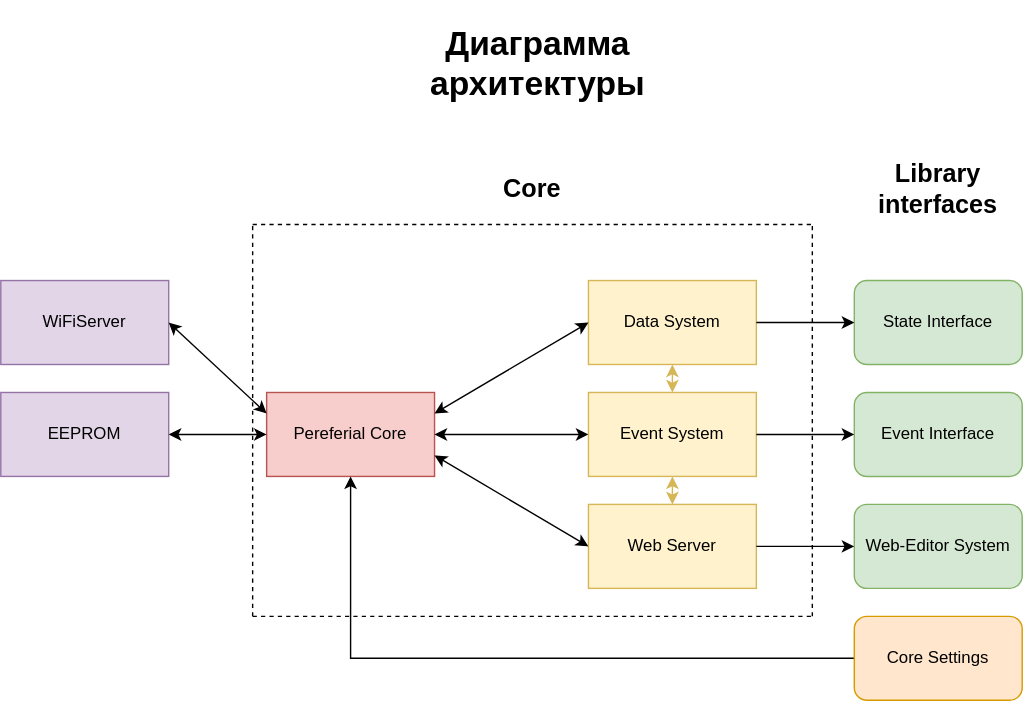
Above: docs/MainArchitecture.drawio.svg in Lisoveliy/SVET (draw.io), before the change. Source tidied: cells renumbered, new cells last; positions are measured from the earlier drawing's top-left corner, leaving out a move shared by most shapes. Its diagram source:
```xml
<mxGraphModel>
  <root>
    <mxCell id="0" />
    <mxCell id="1" parent="0" />
    <mxCell id="2" value="&lt;h1&gt;&lt;b&gt;Диаграмма архитектуры&lt;/b&gt;&lt;/h1&gt;" style="text;html=1;align=center;verticalAlign=middle;whiteSpace=wrap;rounded=0;" parent="1" vertex="1">
      <mxGeometry x="354" width="60" height="30" as="geometry" />
    </mxCell>
    <mxCell id="3" value="Pereferial Core" style="rounded=0;whiteSpace=wrap;html=1;fillColor=#f8cecc;strokeColor=#b85450;" parent="1" vertex="1">
      <mxGeometry x="190" y="250" width="120" height="60" as="geometry" />
    </mxCell>
    <mxCell id="4" value="Data System" style="rounded=0;whiteSpace=wrap;html=1;fillColor=#fff2cc;strokeColor=#d6b656;" parent="1" vertex="1">
      <mxGeometry x="420" y="170" width="120" height="60" as="geometry" />
    </mxCell>
    <mxCell id="5" value="Event System" style="rounded=0;whiteSpace=wrap;html=1;fillColor=#fff2cc;strokeColor=#d6b656;" parent="1" vertex="1">
      <mxGeometry x="420" y="250" width="120" height="60" as="geometry" />
    </mxCell>
    <mxCell id="6" value="Web Server" style="rounded=0;whiteSpace=wrap;html=1;fillColor=#fff2cc;strokeColor=#d6b656;" parent="1" vertex="1">
      <mxGeometry x="420" y="330" width="120" height="60" as="geometry" />
    </mxCell>
    <mxCell id="7" style="endArrow=classic;startArrow=classic;html=1;rounded=0;entryX=0;entryY=0.5;entryDx=0;entryDy=0;exitX=1;exitY=0.25;exitDx=0;exitDy=0;" parent="1" edge="1" source="3" target="4">
      <mxGeometry relative="1" as="geometry" />
    </mxCell>
    <mxCell id="8" style="endArrow=classic;startArrow=classic;html=1;rounded=0;entryX=0;entryY=0.5;entryDx=0;entryDy=0;exitX=1;exitY=0.5;exitDx=0;exitDy=0;" parent="1" edge="1" source="3" target="5">
      <mxGeometry relative="1" as="geometry" />
    </mxCell>
    <mxCell id="9" style="endArrow=classic;startArrow=classic;html=1;rounded=0;entryX=0;entryY=0.5;entryDx=0;entryDy=0;exitX=1;exitY=0.75;exitDx=0;exitDy=0;" parent="1" edge="1" source="3" target="6">
      <mxGeometry relative="1" as="geometry" />
    </mxCell>
    <mxCell id="10" style="endArrow=none;dashed=1;html=1;rounded=0;" parent="1" edge="1">
      <mxGeometry relative="1" as="geometry">
        <mxPoint x="180" y="130" as="sourcePoint" />
        <mxPoint x="580" y="130" as="targetPoint" />
      </mxGeometry>
    </mxCell>
    <mxCell id="11" style="endArrow=none;dashed=1;html=1;rounded=0;" parent="1" edge="1">
      <mxGeometry relative="1" as="geometry">
        <mxPoint x="580" y="410" as="sourcePoint" />
        <mxPoint x="580" y="130" as="targetPoint" />
      </mxGeometry>
    </mxCell>
    <mxCell id="12" style="endArrow=none;dashed=1;html=1;rounded=0;" parent="1" edge="1">
      <mxGeometry relative="1" as="geometry">
        <mxPoint x="180" y="410" as="sourcePoint" />
        <mxPoint x="180" y="130" as="targetPoint" />
      </mxGeometry>
    </mxCell>
    <mxCell id="13" style="endArrow=none;dashed=1;html=1;rounded=0;" parent="1" edge="1">
      <mxGeometry relative="1" as="geometry">
        <mxPoint x="180" y="410" as="sourcePoint" />
        <mxPoint x="580" y="410" as="targetPoint" />
      </mxGeometry>
    </mxCell>
    <mxCell id="14" style="endArrow=classic;startArrow=classic;html=1;rounded=0;entryX=0.5;entryY=1;entryDx=0;entryDy=0;exitX=0.5;exitY=0;exitDx=0;exitDy=0;fillColor=#fff2cc;strokeColor=#d6b656;" parent="1" edge="1" source="5" target="4">
      <mxGeometry relative="1" as="geometry" />
    </mxCell>
    <mxCell id="15" style="endArrow=classic;startArrow=classic;html=1;rounded=0;entryX=0.5;entryY=0;entryDx=0;entryDy=0;exitX=0.5;exitY=1;exitDx=0;exitDy=0;fillColor=#fff2cc;strokeColor=#d6b656;" parent="1" edge="1" source="5" target="6">
      <mxGeometry relative="1" as="geometry" />
    </mxCell>
    <mxCell id="16" value="State Interface" style="rounded=1;whiteSpace=wrap;html=1;fillColor=#d5e8d4;strokeColor=#82b366;" parent="1" vertex="1">
      <mxGeometry x="610" y="170" width="120" height="60" as="geometry" />
    </mxCell>
    <mxCell id="17" value="Event Interface" style="rounded=1;whiteSpace=wrap;html=1;fillColor=#d5e8d4;strokeColor=#82b366;" parent="1" vertex="1">
      <mxGeometry x="610" y="250" width="120" height="60" as="geometry" />
    </mxCell>
    <mxCell id="18" value="Web-Editor System" style="rounded=1;whiteSpace=wrap;html=1;fillColor=#d5e8d4;strokeColor=#82b366;" parent="1" vertex="1">
      <mxGeometry x="610" y="330" width="120" height="60" as="geometry" />
    </mxCell>
    <mxCell id="19" style="endArrow=classic;html=1;rounded=0;entryX=0;entryY=0.5;entryDx=0;entryDy=0;exitX=1;exitY=0.5;exitDx=0;exitDy=0;" parent="1" edge="1" source="4" target="16">
      <mxGeometry relative="1" as="geometry" />
    </mxCell>
    <mxCell id="20" style="endArrow=classic;html=1;rounded=0;entryX=0;entryY=0.5;entryDx=0;entryDy=0;exitX=1;exitY=0.5;exitDx=0;exitDy=0;" parent="1" edge="1" source="5" target="17">
      <mxGeometry relative="1" as="geometry" />
    </mxCell>
    <mxCell id="21" style="endArrow=classic;html=1;rounded=0;entryX=0;entryY=0.5;entryDx=0;entryDy=0;exitX=1;exitY=0.5;exitDx=0;exitDy=0;" parent="1" edge="1" source="6" target="18">
      <mxGeometry relative="1" as="geometry" />
    </mxCell>
    <mxCell id="22" value="&lt;h2&gt;Core&lt;/h2&gt;" style="text;html=1;align=center;verticalAlign=middle;whiteSpace=wrap;rounded=0;" parent="1" vertex="1">
      <mxGeometry x="350" y="90" width="60" height="30" as="geometry" />
    </mxCell>
    <mxCell id="23" value="&lt;h2&gt;Library interfaces&lt;/h2&gt;" style="text;html=1;align=center;verticalAlign=middle;whiteSpace=wrap;rounded=0;" parent="1" vertex="1">
      <mxGeometry x="640" y="90" width="60" height="30" as="geometry" />
    </mxCell>
    <mxCell id="24" value="WiFiServer" style="rounded=0;whiteSpace=wrap;html=1;fillColor=#e1d5e7;strokeColor=#9673a6;" parent="1" vertex="1">
      <mxGeometry y="170" width="120" height="60" as="geometry" />
    </mxCell>
    <mxCell id="25" value="EEPROM" style="rounded=0;whiteSpace=wrap;html=1;fillColor=#e1d5e7;strokeColor=#9673a6;" parent="1" vertex="1">
      <mxGeometry y="250" width="120" height="60" as="geometry" />
    </mxCell>
    <mxCell id="26" style="endArrow=classic;startArrow=classic;html=1;rounded=0;entryX=0;entryY=0.5;entryDx=0;entryDy=0;exitX=1;exitY=0.5;exitDx=0;exitDy=0;" parent="1" edge="1" source="25" target="3">
      <mxGeometry relative="1" as="geometry" />
    </mxCell>
    <mxCell id="27" style="endArrow=classic;startArrow=classic;html=1;rounded=0;entryX=1;entryY=0.5;entryDx=0;entryDy=0;exitX=0;exitY=0.25;exitDx=0;exitDy=0;" parent="1" edge="1" source="3" target="24">
      <mxGeometry relative="1" as="geometry" />
    </mxCell>
    <mxCell id="28" style="edgeStyle=orthogonalEdgeStyle;rounded=0;jettySize=auto;html=1;exitX=0;exitY=0.5;exitDx=0;exitDy=0;entryX=0.5;entryY=1;entryDx=0;entryDy=0;" parent="1" edge="1" source="29" target="3">
      <mxGeometry relative="1" as="geometry" />
    </mxCell>
    <mxCell id="29" value="Core Settings" style="rounded=1;whiteSpace=wrap;html=1;fillColor=#ffe6cc;strokeColor=#d79b00;" parent="1" vertex="1">
      <mxGeometry x="610" y="410" width="120" height="60" as="geometry" />
    </mxCell>
  </root>
</mxGraphModel>
```
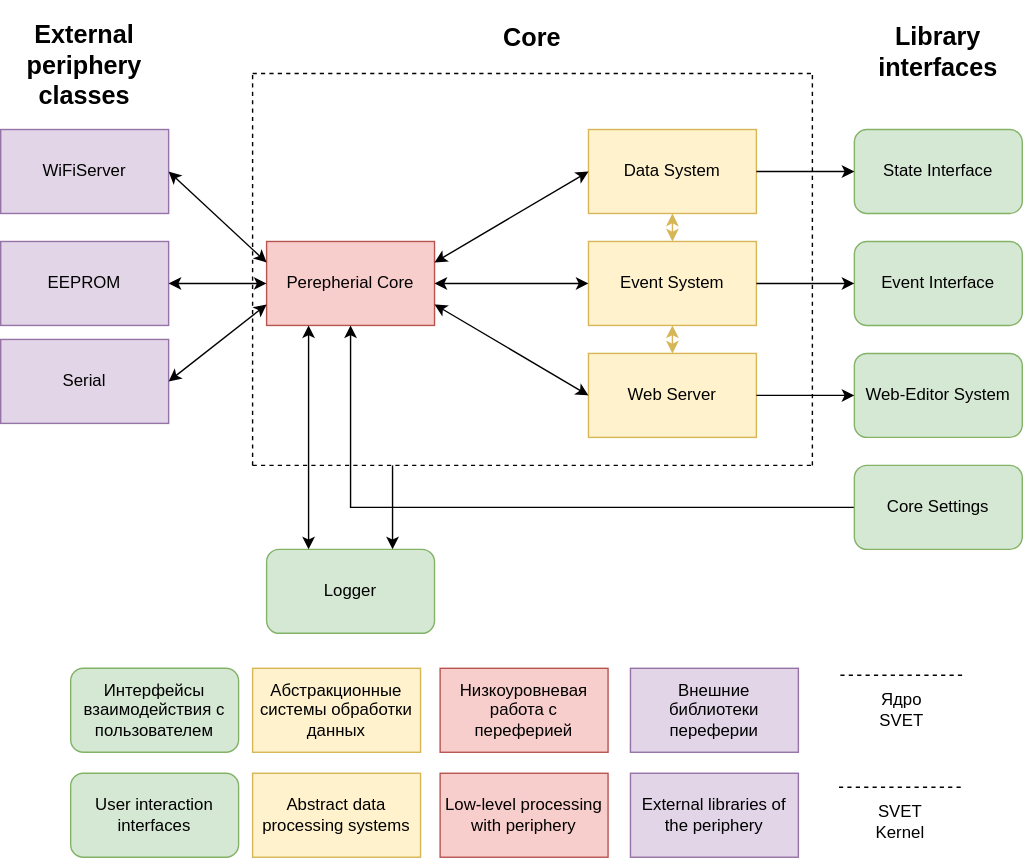
Later version of the same file.

The edit, as a diff of the source:
```diff
@@ -2,10 +2,7 @@
   <root>
     <mxCell id="0" />
     <mxCell id="1" parent="0" />
-    <mxCell id="2" value="&lt;h1&gt;&lt;b&gt;Диаграмма архитектуры&lt;/b&gt;&lt;/h1&gt;" style="text;html=1;align=center;verticalAlign=middle;whiteSpace=wrap;rounded=0;" parent="1" vertex="1">
-      <mxGeometry x="354" width="60" height="30" as="geometry" />
-    </mxCell>
-    <mxCell id="3" value="Pereferial Core" style="rounded=0;whiteSpace=wrap;html=1;fillColor=#f8cecc;strokeColor=#b85450;" parent="1" vertex="1">
+    <mxCell id="3" value="Perepherial Core" style="rounded=0;whiteSpace=wrap;html=1;fillColor=#f8cecc;strokeColor=#b85450;" parent="1" vertex="1">
       <mxGeometry x="190" y="250" width="120" height="60" as="geometry" />
     </mxCell>
     <mxCell id="4" value="Data System" style="rounded=0;whiteSpace=wrap;html=1;fillColor=#fff2cc;strokeColor=#d6b656;" parent="1" vertex="1">
@@ -78,7 +75,7 @@
       <mxGeometry x="350" y="90" width="60" height="30" as="geometry" />
     </mxCell>
     <mxCell id="23" value="&lt;h2&gt;Library interfaces&lt;/h2&gt;" style="text;html=1;align=center;verticalAlign=middle;whiteSpace=wrap;rounded=0;" parent="1" vertex="1">
-      <mxGeometry x="640" y="90" width="60" height="30" as="geometry" />
+      <mxGeometry x="640" y="100" width="60" height="30" as="geometry" />
     </mxCell>
     <mxCell id="24" value="WiFiServer" style="rounded=0;whiteSpace=wrap;html=1;fillColor=#e1d5e7;strokeColor=#9673a6;" parent="1" vertex="1">
       <mxGeometry y="170" width="120" height="60" as="geometry" />
@@ -95,8 +92,70 @@
     <mxCell id="28" style="edgeStyle=orthogonalEdgeStyle;rounded=0;jettySize=auto;html=1;exitX=0;exitY=0.5;exitDx=0;exitDy=0;entryX=0.5;entryY=1;entryDx=0;entryDy=0;" parent="1" edge="1" source="29" target="3">
       <mxGeometry relative="1" as="geometry" />
     </mxCell>
-    <mxCell id="29" value="Core Settings" style="rounded=1;whiteSpace=wrap;html=1;fillColor=#ffe6cc;strokeColor=#d79b00;" parent="1" vertex="1">
+    <mxCell id="29" value="Core Settings" style="rounded=1;whiteSpace=wrap;html=1;fillColor=#d5e8d4;strokeColor=#82b366;" parent="1" vertex="1">
       <mxGeometry x="610" y="410" width="120" height="60" as="geometry" />
     </mxCell>
+    <mxCell id="30" value="Logger" style="rounded=1;whiteSpace=wrap;html=1;fillColor=#d5e8d4;strokeColor=#82b366;" parent="1" vertex="1">
+      <mxGeometry x="190" y="470" width="120" height="60" as="geometry" />
+    </mxCell>
+    <mxCell id="31" value="Интерфейсы взаимодействия с пользователем" style="rounded=1;whiteSpace=wrap;html=1;fillColor=#d5e8d4;strokeColor=#82b366;" parent="1" vertex="1">
+      <mxGeometry x="50" y="555" width="120" height="60" as="geometry" />
+    </mxCell>
+    <mxCell id="32" value="Абстракционные системы обработки данных" style="rounded=0;whiteSpace=wrap;html=1;fillColor=#fff2cc;strokeColor=#d6b656;" parent="1" vertex="1">
+      <mxGeometry x="180" y="555" width="120" height="60" as="geometry" />
+    </mxCell>
+    <mxCell id="33" value="Низкоуровневая работа с переферией" style="rounded=0;whiteSpace=wrap;html=1;fillColor=#f8cecc;strokeColor=#b85450;" parent="1" vertex="1">
+      <mxGeometry x="314" y="555" width="120" height="60" as="geometry" />
+    </mxCell>
+    <mxCell id="34" value="Внешние библиотеки переферии" style="rounded=0;whiteSpace=wrap;html=1;fillColor=#e1d5e7;strokeColor=#9673a6;" parent="1" vertex="1">
+      <mxGeometry x="450" y="555" width="120" height="60" as="geometry" />
+    </mxCell>
+    <mxCell id="35" value="Serial" style="rounded=0;whiteSpace=wrap;html=1;fillColor=#e1d5e7;strokeColor=#9673a6;" parent="1" vertex="1">
+      <mxGeometry y="320" width="120" height="60" as="geometry" />
+    </mxCell>
+    <mxCell id="36" style="endArrow=classic;startArrow=classic;html=1;rounded=0;entryX=0.25;entryY=0;entryDx=0;entryDy=0;exitX=0.25;exitY=1;exitDx=0;exitDy=0;" parent="1" edge="1" source="3" target="30">
+      <mxGeometry relative="1" as="geometry" />
+    </mxCell>
+    <mxCell id="37" style="endArrow=classic;startArrow=classic;html=1;rounded=0;entryX=0;entryY=0.75;entryDx=0;entryDy=0;exitX=1;exitY=0.5;exitDx=0;exitDy=0;" parent="1" edge="1" source="35" target="3">
+      <mxGeometry relative="1" as="geometry" />
+    </mxCell>
+    <mxCell id="38" style="endArrow=classic;html=1;rounded=0;entryX=0.75;entryY=0;entryDx=0;entryDy=0;" parent="1" edge="1" target="30">
+      <mxGeometry relative="1" as="geometry">
+        <mxPoint x="280" y="410" as="sourcePoint" />
+      </mxGeometry>
+    </mxCell>
+    <mxCell id="39" style="endArrow=none;dashed=1;html=1;rounded=0;" parent="1" edge="1">
+      <mxGeometry relative="1" as="geometry">
+        <mxPoint x="600" y="560" as="sourcePoint" />
+        <mxPoint x="690" y="560" as="targetPoint" />
+      </mxGeometry>
+    </mxCell>
+    <mxCell id="40" value="Ядро SVET" style="text;html=1;align=center;verticalAlign=middle;whiteSpace=wrap;rounded=0;" parent="1" vertex="1">
+      <mxGeometry x="614" y="570" width="60" height="30" as="geometry" />
+    </mxCell>
+    <mxCell id="41" value="User interaction interfaces" style="rounded=1;whiteSpace=wrap;html=1;fillColor=#d5e8d4;strokeColor=#82b366;" parent="1" vertex="1">
+      <mxGeometry x="50" y="630" width="120" height="60" as="geometry" />
+    </mxCell>
+    <mxCell id="42" value="Abstract data processing systems" style="rounded=0;whiteSpace=wrap;html=1;fillColor=#fff2cc;strokeColor=#d6b656;" parent="1" vertex="1">
+      <mxGeometry x="180" y="630" width="120" height="60" as="geometry" />
+    </mxCell>
+    <mxCell id="43" value="Low-level processing with periphery" style="rounded=0;whiteSpace=wrap;html=1;fillColor=#f8cecc;strokeColor=#b85450;" parent="1" vertex="1">
+      <mxGeometry x="314" y="630" width="120" height="60" as="geometry" />
+    </mxCell>
+    <mxCell id="44" value="External libraries of the periphery" style="rounded=0;whiteSpace=wrap;html=1;fillColor=#e1d5e7;strokeColor=#9673a6;" parent="1" vertex="1">
+      <mxGeometry x="450" y="630" width="120" height="60" as="geometry" />
+    </mxCell>
+    <mxCell id="45" style="endArrow=none;dashed=1;html=1;rounded=0;" parent="1" edge="1">
+      <mxGeometry relative="1" as="geometry">
+        <mxPoint x="599" y="640" as="sourcePoint" />
+        <mxPoint x="689" y="640" as="targetPoint" />
+      </mxGeometry>
+    </mxCell>
+    <mxCell id="46" value="SVET Kernel" style="text;html=1;align=center;verticalAlign=middle;whiteSpace=wrap;rounded=0;" parent="1" vertex="1">
+      <mxGeometry x="613" y="650" width="60" height="30" as="geometry" />
+    </mxCell>
+    <mxCell id="47" value="&lt;h2&gt;External periphery classes&lt;/h2&gt;" style="text;html=1;align=center;verticalAlign=middle;whiteSpace=wrap;rounded=0;" parent="1" vertex="1">
+      <mxGeometry x="30" y="110" width="60" height="30" as="geometry" />
+    </mxCell>
   </root>
 </mxGraphModel>
```
